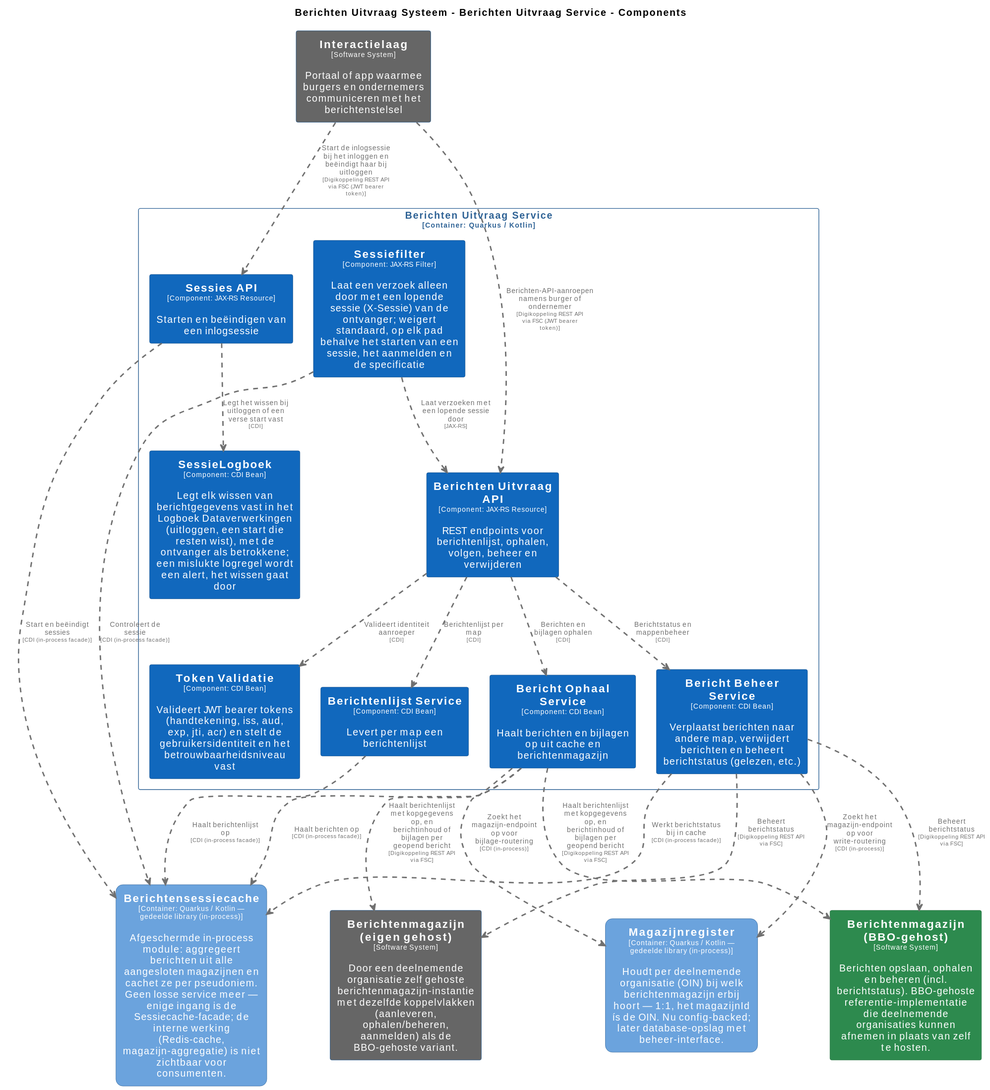
The PlantUML diagram pr-preview/pr-422/master/svg/BerichtenUitvraagServiceComponenten.svg in MinBZK/moza-poc-fbs-berichtenbox, before a commit. Its source is kept beside it as pr-preview/pr-422/master/puml/BerichtenUitvraagServiceComponenten.puml.
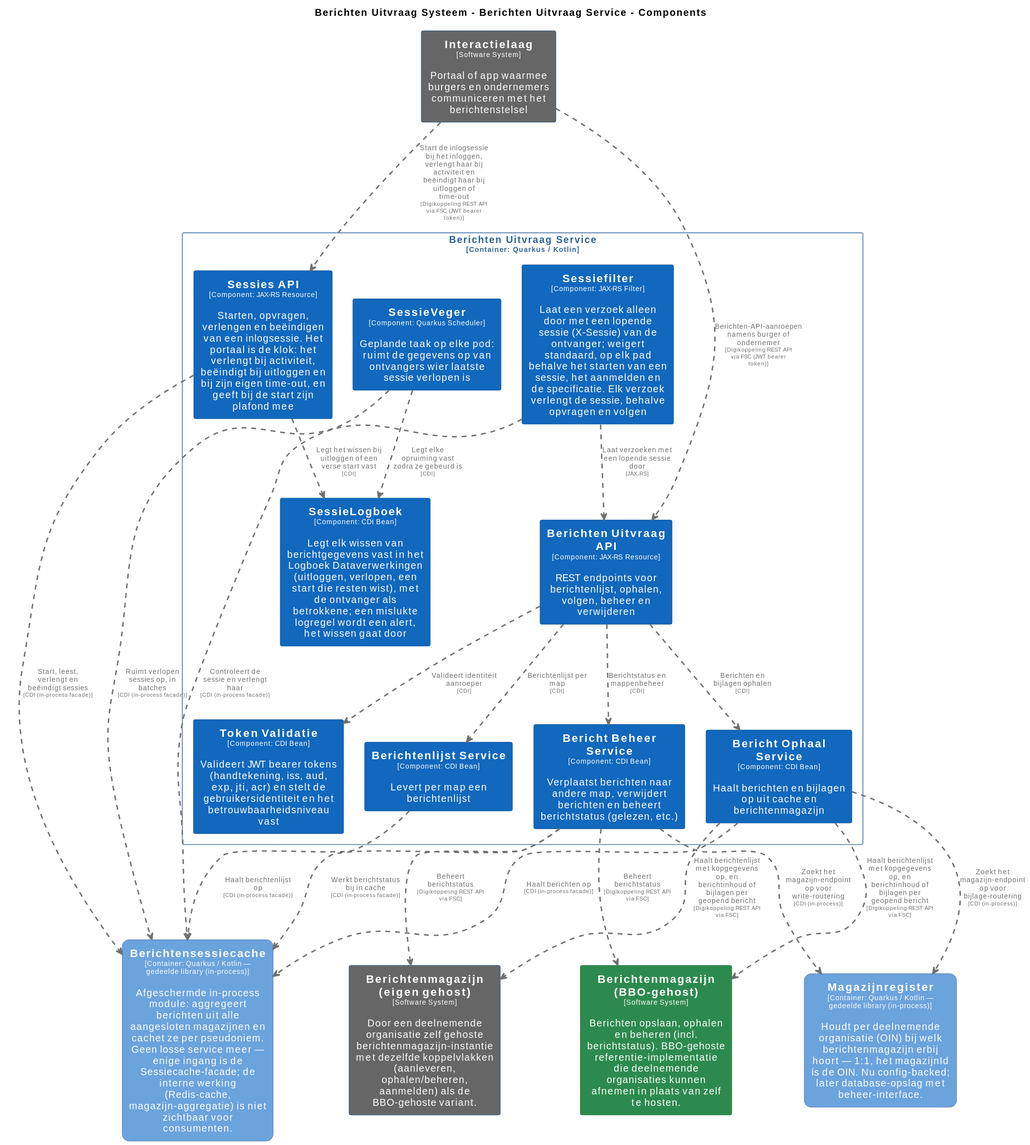
After the change.

What changed in the source:
```diff
@@ -77,6 +77,12 @@
   BorderColor #0b4884
   shadowing false
 }
+skinparam rectangle<<BerichtenUitvraagSysteem.BerichtenUitvraagService.SessieVeger>> {
+  BackgroundColor #1168bd
+  FontColor #ffffff
+  BorderColor #0b4884
+  shadowing false
+}
 skinparam rectangle<<BerichtenUitvraagSysteem.BerichtenUitvraagService.Sessiefilter>> {
   BackgroundColor #1168bd
   FontColor #ffffff
@@ -113,19 +119,21 @@
   rectangle "==Berichtenlijst Service\n<size:10>[Component: CDI Bean]</size>\n\nLevert per map een berichtenlijst" <<BerichtenUitvraagSysteem.BerichtenUitvraagService.BerichtenlijstService>> as BerichtenUitvraagSysteem.BerichtenUitvraagService.BerichtenlijstService
   rectangle "==Bericht Ophaal Service\n<size:10>[Component: CDI Bean]</size>\n\nHaalt berichten en bijlagen op uit cache en berichtenmagazijn" <<BerichtenUitvraagSysteem.BerichtenUitvraagService.BerichtOphaalService>> as BerichtenUitvraagSysteem.BerichtenUitvraagService.BerichtOphaalService
   rectangle "==Bericht Beheer Service\n<size:10>[Component: CDI Bean]</size>\n\nVerplaatst berichten naar andere map, verwijdert berichten en beheert berichtstatus (gelezen, etc.)" <<BerichtenUitvraagSysteem.BerichtenUitvraagService.BerichtBeheerService>> as BerichtenUitvraagSysteem.BerichtenUitvraagService.BerichtBeheerService
-  rectangle "==Sessiefilter\n<size:10>[Component: JAX-RS Filter]</size>\n\nLaat een verzoek alleen door met een lopende sessie (X-Sessie) van de ontvanger; weigert standaard, op elk pad behalve het starten van een sessie, het aanmelden en de specificatie" <<BerichtenUitvraagSysteem.BerichtenUitvraagService.Sessiefilter>> as BerichtenUitvraagSysteem.BerichtenUitvraagService.Sessiefilter
-  rectangle "==Sessies API\n<size:10>[Component: JAX-RS Resource]</size>\n\nStarten en beëindigen van een inlogsessie" <<BerichtenUitvraagSysteem.BerichtenUitvraagService.SessiesAPI>> as BerichtenUitvraagSysteem.BerichtenUitvraagService.SessiesAPI
-  rectangle "==SessieLogboek\n<size:10>[Component: CDI Bean]</size>\n\nLegt elk wissen van berichtgegevens vast in het Logboek Dataverwerkingen (uitloggen, een start die resten wist), met de ontvanger als betrokkene; een mislukte logregel wordt een alert, het wissen gaat door" <<BerichtenUitvraagSysteem.BerichtenUitvraagService.SessieLogboek>> as BerichtenUitvraagSysteem.BerichtenUitvraagService.SessieLogboek
+  rectangle "==Sessiefilter\n<size:10>[Component: JAX-RS Filter]</size>\n\nLaat een verzoek alleen door met een lopende sessie (X-Sessie) van de ontvanger; weigert standaard, op elk pad behalve het starten van een sessie, het aanmelden en de specificatie. Elk verzoek verlengt de sessie, behalve opvragen en volgen" <<BerichtenUitvraagSysteem.BerichtenUitvraagService.Sessiefilter>> as BerichtenUitvraagSysteem.BerichtenUitvraagService.Sessiefilter
+  rectangle "==Sessies API\n<size:10>[Component: JAX-RS Resource]</size>\n\nStarten, opvragen, verlengen en beëindigen van een inlogsessie. Het portaal is de klok: het verlengt bij activiteit, beëindigt bij uitloggen en bij zijn eigen time-out, en geeft bij de start zijn plafond mee" <<BerichtenUitvraagSysteem.BerichtenUitvraagService.SessiesAPI>> as BerichtenUitvraagSysteem.BerichtenUitvraagService.SessiesAPI
+  rectangle "==SessieVeger\n<size:10>[Component: Quarkus Scheduler]</size>\n\nGeplande taak op elke pod: ruimt de gegevens op van ontvangers wier laatste sessie verlopen is" <<BerichtenUitvraagSysteem.BerichtenUitvraagService.SessieVeger>> as BerichtenUitvraagSysteem.BerichtenUitvraagService.SessieVeger
+  rectangle "==SessieLogboek\n<size:10>[Component: CDI Bean]</size>\n\nLegt elk wissen van berichtgegevens vast in het Logboek Dataverwerkingen (uitloggen, verlopen, een start die resten wist), met de ontvanger als betrokkene; een mislukte logregel wordt een alert, het wissen gaat door" <<BerichtenUitvraagSysteem.BerichtenUitvraagService.SessieLogboek>> as BerichtenUitvraagSysteem.BerichtenUitvraagService.SessieLogboek
 }
 
-BerichtenUitvraagSysteem.BerichtenUitvraagService.SessiesAPI .[#707070,thickness=2].> BerichtenUitvraagSysteem.Berichtensessiecache : "<color:#707070>Start en beëindigt sessies\n<color:#707070><size:8>[CDI (in-process facade)]</size>"
+BerichtenUitvraagSysteem.BerichtenUitvraagService.SessiesAPI .[#707070,thickness=2].> BerichtenUitvraagSysteem.Berichtensessiecache : "<color:#707070>Start, leest, verlengt en beëindigt sessies\n<color:#707070><size:8>[CDI (in-process facade)]</size>"
+BerichtenUitvraagSysteem.BerichtenUitvraagService.SessieVeger .[#707070,thickness=2].> BerichtenUitvraagSysteem.Berichtensessiecache : "<color:#707070>Ruimt verlopen sessies op, in batches\n<color:#707070><size:8>[CDI (in-process facade)]</size>"
 BerichtenUitvraagSysteem.BerichtenUitvraagService.BerichtOphaalService .[#707070,thickness=2].> BerichtenUitvraagSysteem.Berichtensessiecache : "<color:#707070>Haalt berichten op\n<color:#707070><size:8>[CDI (in-process facade)]</size>"
 BerichtenUitvraagSysteem.BerichtenUitvraagService.BerichtenlijstService .[#707070,thickness=2].> BerichtenUitvraagSysteem.Berichtensessiecache : "<color:#707070>Haalt berichtenlijst op\n<color:#707070><size:8>[CDI (in-process facade)]</size>"
 BerichtenUitvraagSysteem.BerichtenUitvraagService.BerichtBeheerService .[#707070,thickness=2].> BerichtenUitvraagSysteem.Berichtensessiecache : "<color:#707070>Werkt berichtstatus bij in cache\n<color:#707070><size:8>[CDI (in-process facade)]</size>"
 BerichtenUitvraagSysteem.BerichtenUitvraagService.BerichtOphaalService .[#707070,thickness=2].> BerichtenUitvraagSysteem.Magazijnregister : "<color:#707070>Zoekt het magazijn-endpoint op voor bijlage-routering\n<color:#707070><size:8>[CDI (in-process)]</size>"
 BerichtenUitvraagSysteem.BerichtenUitvraagService.BerichtBeheerService .[#707070,thickness=2].> BerichtenUitvraagSysteem.Magazijnregister : "<color:#707070>Zoekt het magazijn-endpoint op voor write-routering\n<color:#707070><size:8>[CDI (in-process)]</size>"
 Interactielaag .[#707070,thickness=2].> BerichtenUitvraagSysteem.BerichtenUitvraagService.BerichtenUitvraagAPI : "<color:#707070>Berichten-API-aanroepen namens burger of ondernemer\n<color:#707070><size:8>[Digikoppeling REST API via FSC (JWT bearer token)]</size>"
-Interactielaag .[#707070,thickness=2].> BerichtenUitvraagSysteem.BerichtenUitvraagService.SessiesAPI : "<color:#707070>Start de inlogsessie bij het inloggen en beëindigt haar bij uitloggen\n<color:#707070><size:8>[Digikoppeling REST API via FSC (JWT bearer token)]</size>"
+Interactielaag .[#707070,thickness=2].> BerichtenUitvraagSysteem.BerichtenUitvraagService.SessiesAPI : "<color:#707070>Start de inlogsessie bij het inloggen, verlengt haar bij activiteit en beëindigt haar bij uitloggen of time-out\n<color:#707070><size:8>[Digikoppeling REST API via FSC (JWT bearer token)]</size>"
 BerichtenUitvraagSysteem.BerichtenUitvraagService.BerichtOphaalService .[#707070,thickness=2].> BerichtenmagazijnBBOgehost : "<color:#707070>Haalt berichtenlijst met kopgegevens op, en berichtinhoud of bijlagen per geopend bericht\n<color:#707070><size:8>[Digikoppeling REST API via FSC]</size>"
 BerichtenUitvraagSysteem.BerichtenUitvraagService.BerichtBeheerService .[#707070,thickness=2].> BerichtenmagazijnBBOgehost : "<color:#707070>Beheert berichtstatus\n<color:#707070><size:8>[Digikoppeling REST API via FSC]</size>"
 BerichtenUitvraagSysteem.BerichtenUitvraagService.BerichtOphaalService .[#707070,thickness=2].> Berichtenmagazijneigengehost : "<color:#707070>Haalt berichtenlijst met kopgegevens op, en berichtinhoud of bijlagen per geopend bericht\n<color:#707070><size:8>[Digikoppeling REST API via FSC]</size>"
@@ -136,5 +144,6 @@
 BerichtenUitvraagSysteem.BerichtenUitvraagService.BerichtenUitvraagAPI .[#707070,thickness=2].> BerichtenUitvraagSysteem.BerichtenUitvraagService.BerichtBeheerService : "<color:#707070>Berichtstatus en mappenbeheer\n<color:#707070><size:8>[CDI]</size>"
 BerichtenUitvraagSysteem.BerichtenUitvraagService.Sessiefilter .[#707070,thickness=2].> BerichtenUitvraagSysteem.BerichtenUitvraagService.BerichtenUitvraagAPI : "<color:#707070>Laat verzoeken met een lopende sessie door\n<color:#707070><size:8>[JAX-RS]</size>"
 BerichtenUitvraagSysteem.BerichtenUitvraagService.SessiesAPI .[#707070,thickness=2].> BerichtenUitvraagSysteem.BerichtenUitvraagService.SessieLogboek : "<color:#707070>Legt het wissen bij uitloggen of een verse start vast\n<color:#707070><size:8>[CDI]</size>"
-BerichtenUitvraagSysteem.BerichtenUitvraagService.Sessiefilter .[#707070,thickness=2].> BerichtenUitvraagSysteem.Berichtensessiecache : "<color:#707070>Controleert de sessie\n<color:#707070><size:8>[CDI (in-process facade)]</size>"
+BerichtenUitvraagSysteem.BerichtenUitvraagService.SessieVeger .[#707070,thickness=2].> BerichtenUitvraagSysteem.BerichtenUitvraagService.SessieLogboek : "<color:#707070>Legt elke opruiming vast zodra ze gebeurd is\n<color:#707070><size:8>[CDI]</size>"
+BerichtenUitvraagSysteem.BerichtenUitvraagService.Sessiefilter .[#707070,thickness=2].> BerichtenUitvraagSysteem.Berichtensessiecache : "<color:#707070>Controleert de sessie en verlengt haar\n<color:#707070><size:8>[CDI (in-process facade)]</size>"
 @enduml
```
